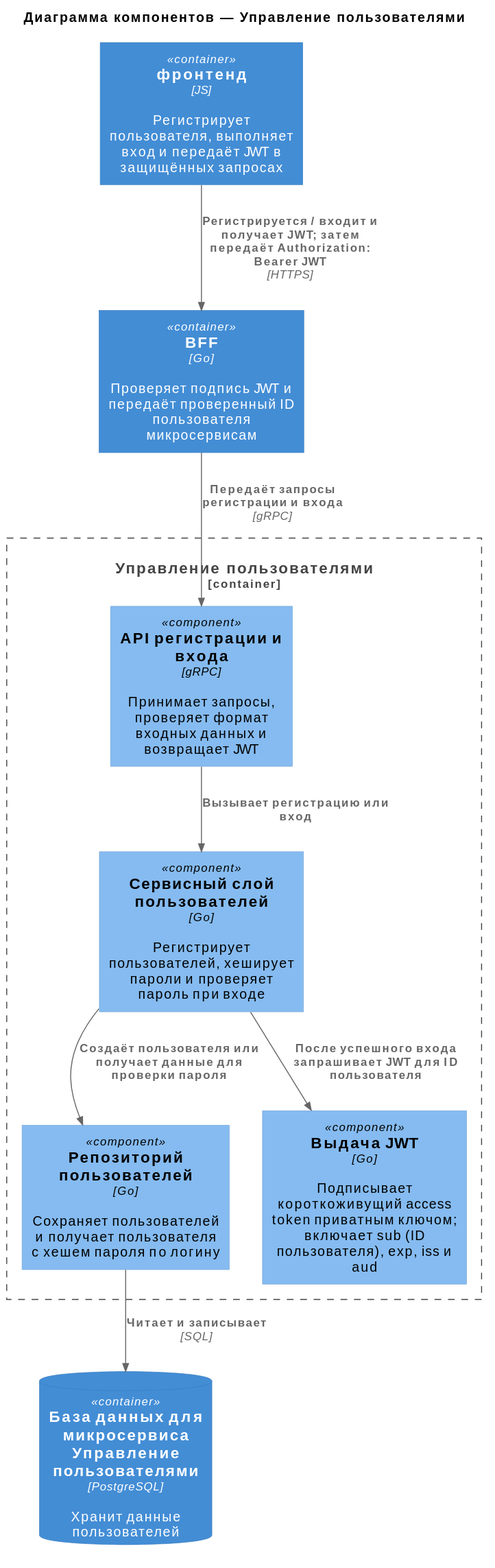
Earlier version of the PlantUML export schemas/2/component/components-users.svg (NikolosHGW/architecture-pro-warmhouse).
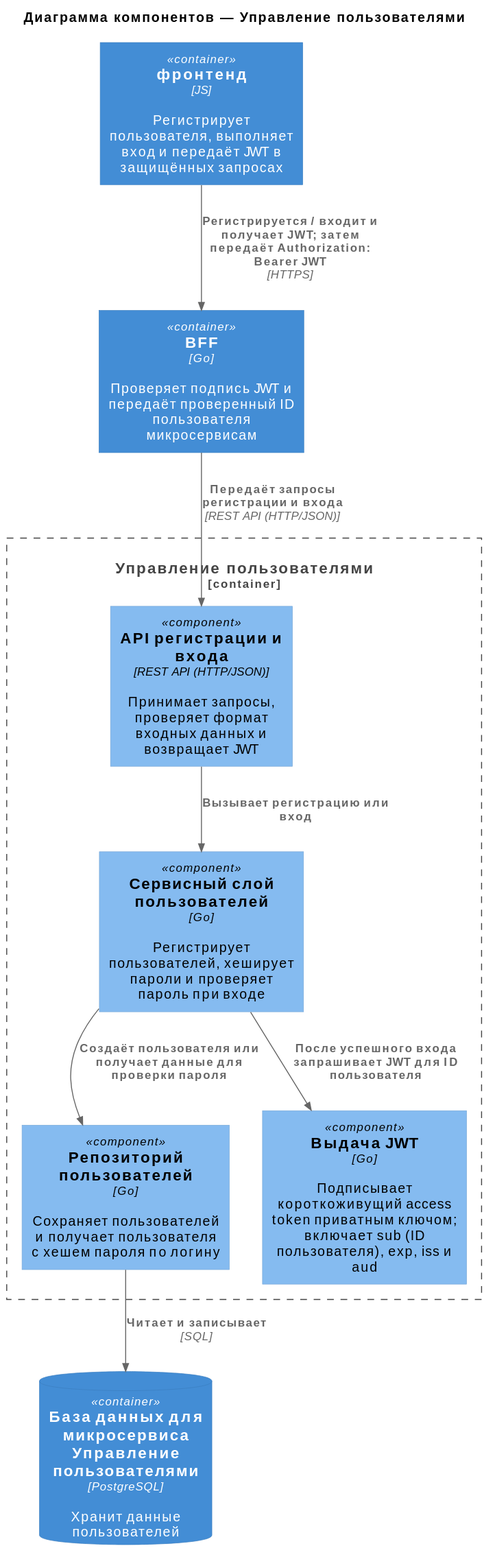
After the change.

Change to the diagram source:
```diff
@@ -8,7 +8,7 @@
 ContainerDb(db, "База данных для микросервиса Управление пользователями", "PostgreSQL", "Хранит данные пользователей")
 
 Container_Boundary(auth, "Управление пользователями") {
-    Component(auth_handler, "API регистрации и входа", "gRPC", "Принимает запросы, проверяет формат входных данных и возвращает JWT")
+    Component(auth_handler, "API регистрации и входа", "REST API (HTTP/JSON)", "Принимает запросы, проверяет формат входных данных и возвращает JWT")
 
     Component(auth_service, "Сервисный слой пользователей", "Go", "Регистрирует пользователей, хеширует пароли и проверяет пароль при входе")
 
@@ -18,7 +18,7 @@
 }
 
 Rel(web_client, bff, "Регистрируется / входит и получает JWT; затем передаёт Authorization: Bearer JWT", "HTTPS")
-Rel(bff, auth_handler, "Передаёт запросы регистрации и входа", "gRPC")
+Rel(bff, auth_handler, "Передаёт запросы регистрации и входа", "REST API (HTTP/JSON)")
 Rel(auth_handler, auth_service, "Вызывает регистрацию или вход")
 Rel(auth_service, user_repo, "Создаёт пользователя или получает данные для проверки пароля")
 Rel(user_repo, db, "Читает и записывает", "SQL")
```
